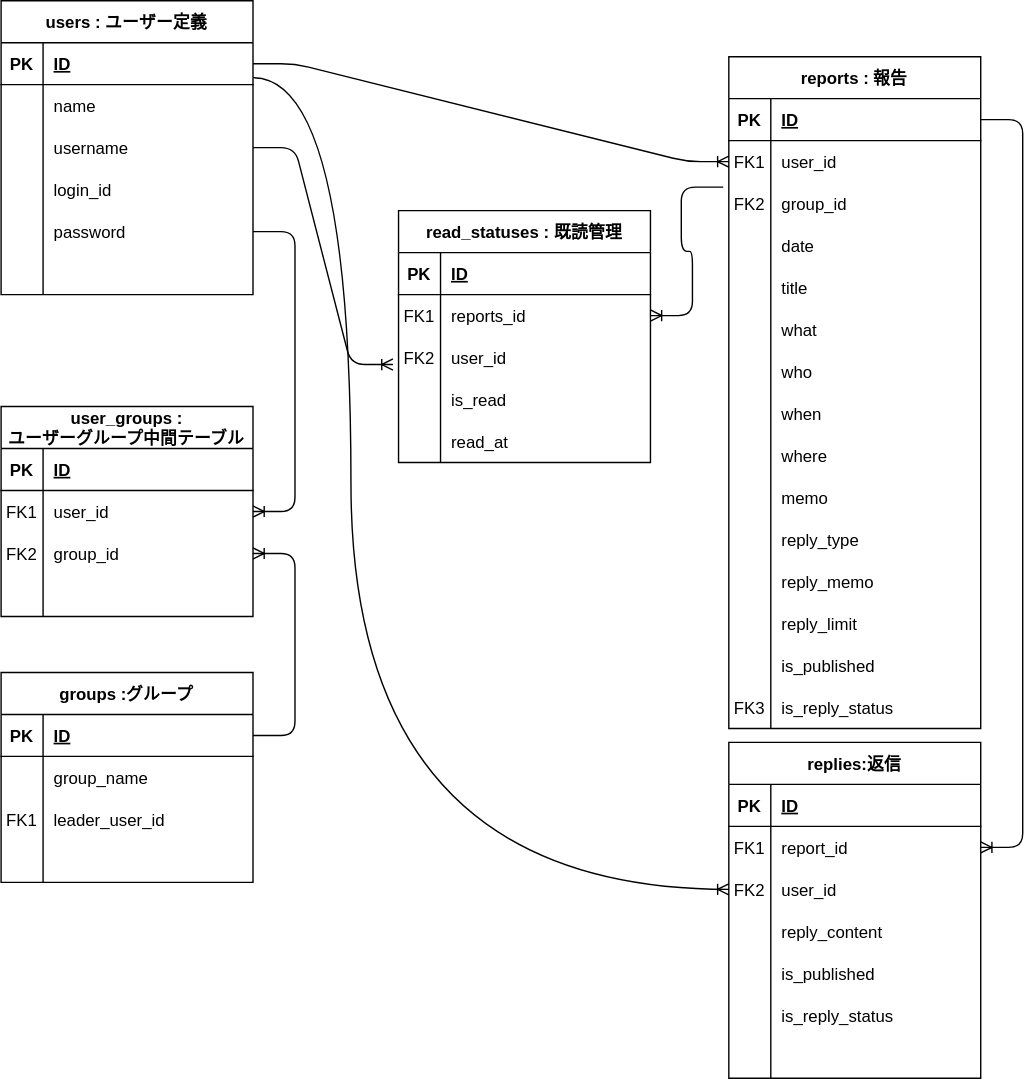
This is documents/Design_documents/design_compornents/ER.drawio.svg from shigetaaa/hourensou-app, a draw.io export, as it was before one commit. Source tidied: cells renumbered, new cells last; positions are measured from the earlier drawing's top-left corner, leaving out a move shared by most shapes.
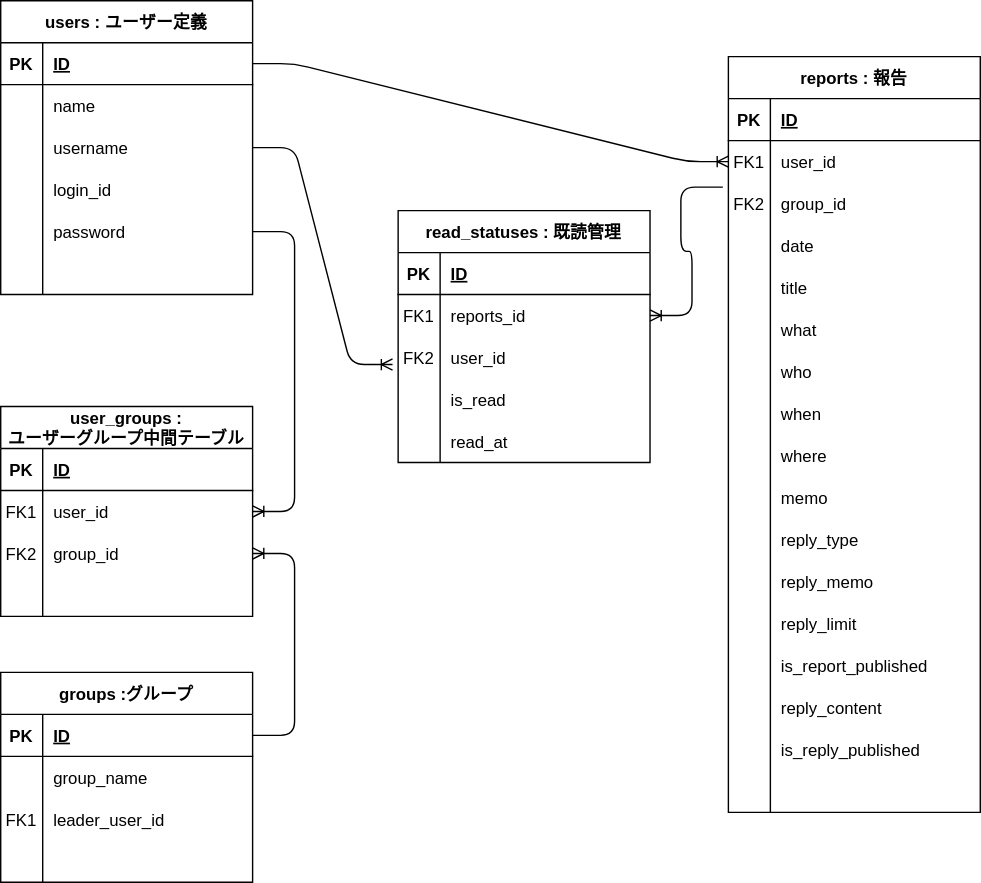
Above is the later version.

Commit message:
ER図/テーブル定義変更

The edit, as a diff of the source:
```diff
@@ -138,7 +138,7 @@
       <mxGeometry x="30" width="150" height="30" as="geometry" />
     </mxCell>
     <mxCell id="47" value="reports : 報告" style="shape=table;startSize=30;rowLines=0;fontStyle=1;align=center;" parent="1" vertex="1">
-      <mxGeometry x="520" y="40" width="180" height="480" as="geometry" />
+      <mxGeometry x="520" y="40" width="180" height="540" as="geometry" />
     </mxCell>
     <mxCell id="48" style="shape=tableRow;horizontal=0;startSize=0;swimlaneHead=0;swimlaneBody=0;fillColor=none;points=[[0,0.5],[1,0.5]];portConstraint=eastwest;top=0;left=0;right=0;bottom=1;" parent="47" vertex="1">
       <mxGeometry y="30" width="180" height="30" as="geometry" />
@@ -263,18 +263,36 @@
     <mxCell id="88" style="shape=partialRectangle;fillColor=none;top=0;left=0;bottom=0;right=0;overflow=hidden;" parent="87" vertex="1">
       <mxGeometry width="30" height="30" as="geometry" />
     </mxCell>
-    <mxCell id="89" value="is_published" style="shape=partialRectangle;fillColor=none;top=0;left=0;bottom=0;right=0;align=left;spacingLeft=6;overflow=hidden;" parent="87" vertex="1">
+    <mxCell id="89" value="is_report_published" style="shape=partialRectangle;fillColor=none;top=0;left=0;bottom=0;right=0;align=left;spacingLeft=6;overflow=hidden;" parent="87" vertex="1">
       <mxGeometry x="30" width="150" height="30" as="geometry" />
     </mxCell>
     <mxCell id="90" style="shape=tableRow;horizontal=0;startSize=0;swimlaneHead=0;swimlaneBody=0;fillColor=none;top=0;left=0;right=0;bottom=0;" parent="47" vertex="1">
       <mxGeometry y="450" width="180" height="30" as="geometry" />
     </mxCell>
-    <mxCell id="91" value="FK3" style="shape=partialRectangle;fillColor=none;top=0;left=0;bottom=0;right=0;overflow=hidden;" parent="90" vertex="1">
+    <mxCell id="91" style="shape=partialRectangle;fillColor=none;top=0;left=0;bottom=0;right=0;overflow=hidden;" parent="90" vertex="1">
       <mxGeometry width="30" height="30" as="geometry" />
     </mxCell>
-    <mxCell id="92" value="is_reply_status" style="shape=partialRectangle;fillColor=none;top=0;left=0;bottom=0;right=0;align=left;spacingLeft=6;overflow=hidden;" parent="90" vertex="1">
+    <mxCell id="92" value="reply_content" style="shape=partialRectangle;fillColor=none;top=0;left=0;bottom=0;right=0;align=left;spacingLeft=6;overflow=hidden;" parent="90" vertex="1">
       <mxGeometry x="30" width="150" height="30" as="geometry" />
     </mxCell>
+    <mxCell id="138" style="shape=tableRow;horizontal=0;startSize=0;swimlaneHead=0;swimlaneBody=0;fillColor=none;top=0;left=0;right=0;bottom=0;" parent="47" vertex="1">
+      <mxGeometry y="480" width="180" height="30" as="geometry" />
+    </mxCell>
+    <mxCell id="139" style="shape=partialRectangle;fillColor=none;top=0;left=0;bottom=0;right=0;overflow=hidden;" parent="138" vertex="1">
+      <mxGeometry width="30" height="30" as="geometry" />
+    </mxCell>
+    <mxCell id="140" value="is_reply_published" style="shape=partialRectangle;fillColor=none;top=0;left=0;bottom=0;right=0;align=left;spacingLeft=6;overflow=hidden;" parent="138" vertex="1">
+      <mxGeometry x="30" width="150" height="30" as="geometry" />
+    </mxCell>
+    <mxCell id="141" style="shape=tableRow;horizontal=0;startSize=0;swimlaneHead=0;swimlaneBody=0;fillColor=none;top=0;left=0;right=0;bottom=0;" parent="47" vertex="1">
+      <mxGeometry y="510" width="180" height="30" as="geometry" />
+    </mxCell>
+    <mxCell id="142" style="shape=partialRectangle;fillColor=none;top=0;left=0;bottom=0;right=0;overflow=hidden;" parent="141" vertex="1">
+      <mxGeometry width="30" height="30" as="geometry" />
+    </mxCell>
+    <mxCell id="135" style="shape=partialRectangle;fillColor=none;top=0;left=0;bottom=0;right=0;align=left;spacingLeft=6;overflow=hidden;" parent="141" vertex="1">
+      <mxGeometry x="30" width="150" height="30" as="geometry" />
+    </mxCell>
     <mxCell id="93" value="read_statuses : 既読管理" style="shape=table;startSize=30;rowLines=0;fontStyle=1;align=center;" parent="1" vertex="1">
       <mxGeometry x="284" y="150" width="180" height="180" as="geometry" />
     </mxCell>
@@ -340,83 +358,5 @@
     <mxCell id="113" style="edgeStyle=entityRelationEdgeStyle;fontSize=12;html=1;endArrow=ERoneToMany;exitX=-0.022;exitY=0.107;exitDx=0;exitDy=0;entryX=1;entryY=0.5;entryDx=0;entryDy=0;exitPerimeter=0;" parent="1" edge="1" source="54" target="97">
       <mxGeometry relative="1" as="geometry" />
     </mxCell>
-    <mxCell id="114" value=" replies:返信" style="shape=table;startSize=30;rowLines=0;fontStyle=1;align=center;" parent="1" vertex="1">
-      <mxGeometry x="520" y="530" width="180" height="240" as="geometry" />
-    </mxCell>
-    <mxCell id="115" style="shape=tableRow;horizontal=0;startSize=0;swimlaneHead=0;swimlaneBody=0;fillColor=none;top=0;left=0;right=0;bottom=1;" parent="114" vertex="1">
-      <mxGeometry y="30" width="180" height="30" as="geometry" />
-    </mxCell>
-    <mxCell id="116" value="PK" style="shape=partialRectangle;fillColor=none;top=0;left=0;bottom=0;right=0;fontStyle=1;overflow=hidden;" parent="115" vertex="1">
-      <mxGeometry width="30" height="30" as="geometry" />
-    </mxCell>
-    <mxCell id="117" value="ID" style="shape=partialRectangle;fillColor=none;top=0;left=0;bottom=0;right=0;align=left;spacingLeft=6;fontStyle=5;overflow=hidden;" parent="115" vertex="1">
-      <mxGeometry x="30" width="150" height="30" as="geometry" />
-    </mxCell>
-    <mxCell id="118" style="shape=tableRow;horizontal=0;startSize=0;swimlaneHead=0;swimlaneBody=0;fillColor=none;points=[[0,0.5],[1,0.5]];portConstraint=eastwest;top=0;left=0;right=0;bottom=0;" parent="114" vertex="1">
-      <mxGeometry y="60" width="180" height="30" as="geometry" />
-    </mxCell>
-    <mxCell id="119" value="FK1" style="shape=partialRectangle;fillColor=none;top=0;left=0;bottom=0;right=0;overflow=hidden;" parent="118" vertex="1">
-      <mxGeometry width="30" height="30" as="geometry" />
-    </mxCell>
-    <mxCell id="120" value="report_id" style="shape=partialRectangle;fillColor=none;top=0;left=0;bottom=0;right=0;align=left;spacingLeft=6;overflow=hidden;" parent="118" vertex="1">
-      <mxGeometry x="30" width="150" height="30" as="geometry" />
-    </mxCell>
-    <mxCell id="121" style="shape=tableRow;horizontal=0;startSize=0;swimlaneHead=0;swimlaneBody=0;fillColor=none;points=[[0,0.5],[1,0.5]];portConstraint=eastwest;top=0;left=0;right=0;bottom=0;" parent="114" vertex="1">
-      <mxGeometry y="90" width="180" height="30" as="geometry" />
-    </mxCell>
-    <mxCell id="122" value="FK2" style="shape=partialRectangle;fillColor=none;top=0;left=0;bottom=0;right=0;overflow=hidden;" parent="121" vertex="1">
-      <mxGeometry width="30" height="30" as="geometry" />
-    </mxCell>
-    <mxCell id="123" value="user_id" style="shape=partialRectangle;fillColor=none;top=0;left=0;bottom=0;right=0;align=left;spacingLeft=6;overflow=hidden;" parent="121" vertex="1">
-      <mxGeometry x="30" width="150" height="30" as="geometry" />
-    </mxCell>
-    <mxCell id="124" style="shape=tableRow;horizontal=0;startSize=0;swimlaneHead=0;swimlaneBody=0;fillColor=none;top=0;left=0;right=0;bottom=0;" parent="114" vertex="1">
-      <mxGeometry y="120" width="180" height="30" as="geometry" />
-    </mxCell>
-    <mxCell id="125" style="shape=partialRectangle;fillColor=none;top=0;left=0;bottom=0;right=0;overflow=hidden;" parent="124" vertex="1">
-      <mxGeometry width="30" height="30" as="geometry" />
-    </mxCell>
-    <mxCell id="126" value="reply_content" style="shape=partialRectangle;fillColor=none;top=0;left=0;bottom=0;right=0;align=left;spacingLeft=6;overflow=hidden;" parent="124" vertex="1">
-      <mxGeometry x="30" width="150" height="30" as="geometry" />
-    </mxCell>
-    <mxCell id="127" style="shape=tableRow;horizontal=0;startSize=0;swimlaneHead=0;swimlaneBody=0;fillColor=none;top=0;left=0;right=0;bottom=0;" parent="114" vertex="1">
-      <mxGeometry y="150" width="180" height="30" as="geometry" />
-    </mxCell>
-    <mxCell id="128" style="shape=partialRectangle;fillColor=none;top=0;left=0;bottom=0;right=0;overflow=hidden;" parent="127" vertex="1">
-      <mxGeometry width="30" height="30" as="geometry" />
-    </mxCell>
-    <mxCell id="129" value="is_published" style="shape=partialRectangle;fillColor=none;top=0;left=0;bottom=0;right=0;align=left;spacingLeft=6;overflow=hidden;" parent="127" vertex="1">
-      <mxGeometry x="30" width="150" height="30" as="geometry" />
-    </mxCell>
-    <mxCell id="130" style="shape=tableRow;horizontal=0;startSize=0;swimlaneHead=0;swimlaneBody=0;fillColor=none;top=0;left=0;right=0;bottom=0;" parent="114" vertex="1">
-      <mxGeometry y="180" width="180" height="30" as="geometry" />
-    </mxCell>
-    <mxCell id="131" style="shape=partialRectangle;fillColor=none;top=0;left=0;bottom=0;right=0;overflow=hidden;" parent="130" vertex="1">
-      <mxGeometry width="30" height="30" as="geometry" />
-    </mxCell>
-    <mxCell id="132" value="is_reply_status" style="shape=partialRectangle;fillColor=none;top=0;left=0;bottom=0;right=0;align=left;spacingLeft=6;overflow=hidden;" parent="130" vertex="1">
-      <mxGeometry x="30" width="150" height="30" as="geometry" />
-    </mxCell>
-    <mxCell id="133" style="shape=tableRow;horizontal=0;startSize=0;swimlaneHead=0;swimlaneBody=0;fillColor=none;top=0;left=0;right=0;bottom=0;" parent="114" vertex="1">
-      <mxGeometry y="210" width="180" height="30" as="geometry" />
-    </mxCell>
-    <mxCell id="134" style="shape=partialRectangle;fillColor=none;top=0;left=0;bottom=0;right=0;overflow=hidden;" parent="133" vertex="1">
-      <mxGeometry width="30" height="30" as="geometry" />
-    </mxCell>
-    <mxCell id="135" style="shape=partialRectangle;fillColor=none;top=0;left=0;bottom=0;right=0;align=left;spacingLeft=6;overflow=hidden;" parent="133" vertex="1">
-      <mxGeometry x="30" width="150" height="30" as="geometry" />
-    </mxCell>
-    <mxCell id="136" style="edgeStyle=orthogonalEdgeStyle;fontSize=12;html=1;endArrow=ERoneToMany;exitX=1;exitY=0.5;exitDx=0;exitDy=0;entryX=0;entryY=0.5;entryDx=0;entryDy=0;elbow=vertical;curved=1;endFill=0;" parent="1" edge="1" target="121">
-      <mxGeometry relative="1" as="geometry">
-        <mxPoint x="180" y="55" as="sourcePoint" />
-        <Array as="points">
-          <mxPoint x="250" y="55" />
-          <mxPoint x="250" y="635" />
-        </Array>
-      </mxGeometry>
-    </mxCell>
-    <mxCell id="137" style="edgeStyle=entityRelationEdgeStyle;fontSize=12;html=1;endArrow=ERoneToMany;exitX=1;exitY=0.5;exitDx=0;exitDy=0;entryX=1;entryY=0.5;entryDx=0;entryDy=0;endFill=0;" parent="1" edge="1" source="48" target="118">
-      <mxGeometry relative="1" as="geometry" />
-    </mxCell>
   </root>
 </mxGraphModel>
```
